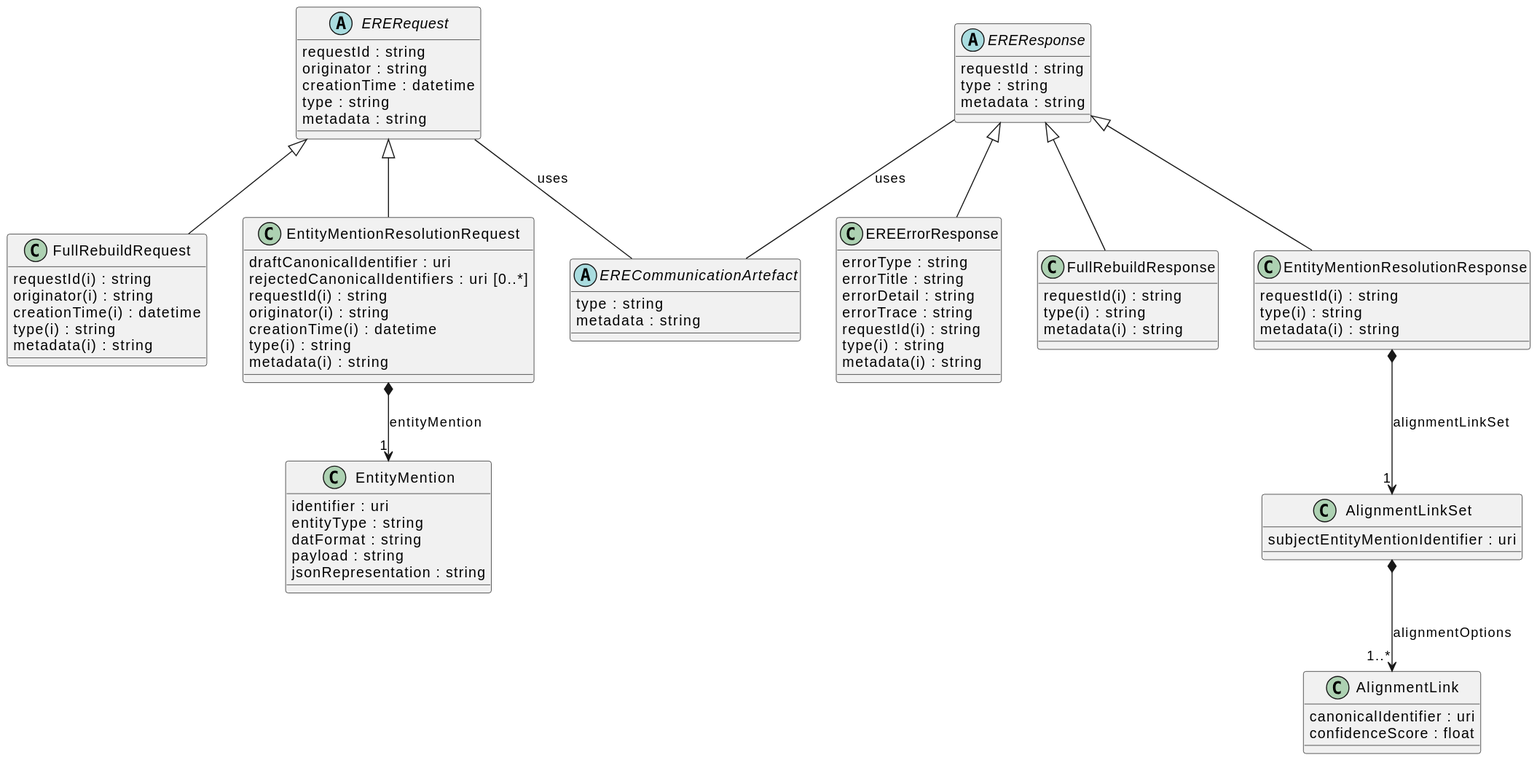
OP-TED/entity-resolution-spec keeps this PlantUML diagram as docs/schema/ErsServiceDataSchema.svg. Above is the earlier version.
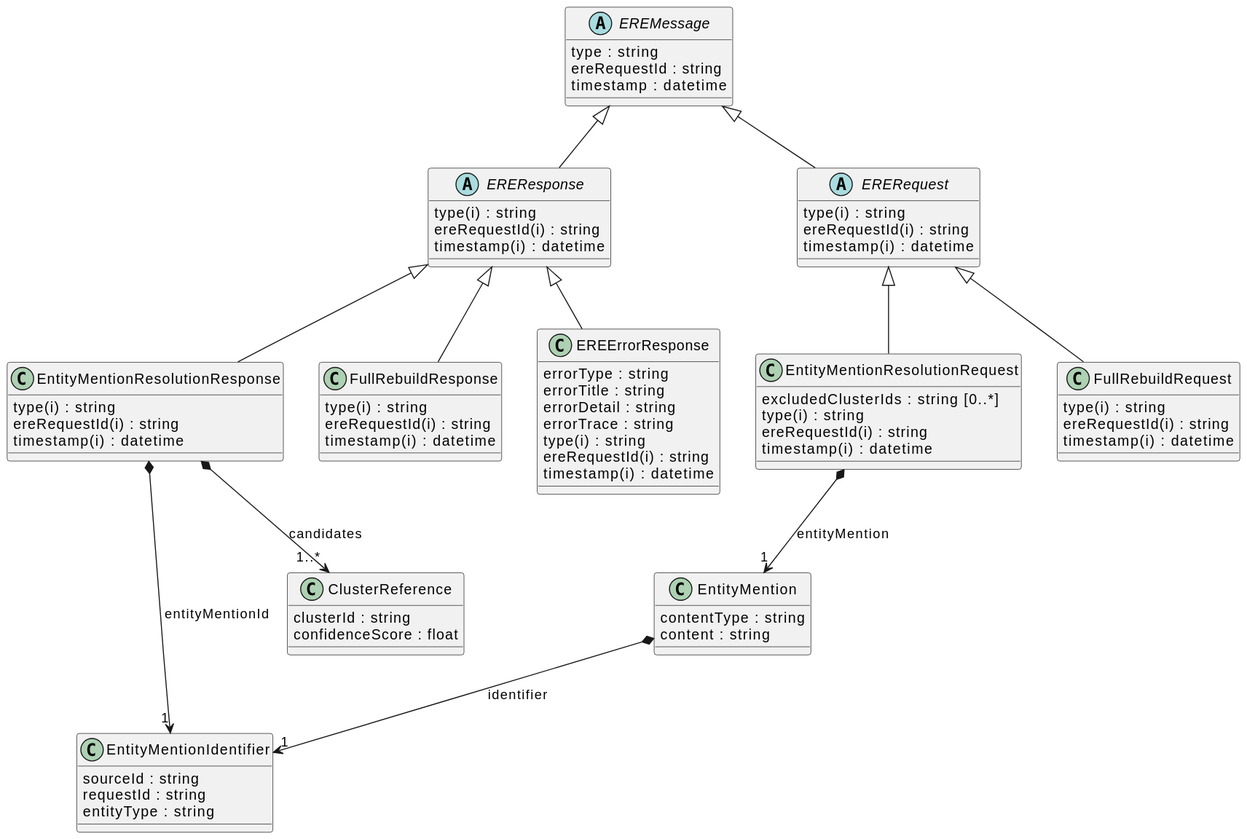
Above is the later version.

What changed in the source:
```diff
@@ -1,77 +1,71 @@
 @startuml
+class "EntityMentionResolutionResponse" [[{An entity resolution response returned by the ERE.}]] {
+    {field} type(i) : string
+    {field} ereRequestId(i) : string
+    {field} timestamp(i) : datetime
+}
+class "EntityMentionIdentifier" [[{A container that groups the attributes needed to identify an entity mention in a resolution request}]] {
+    {field} sourceId : string
+    {field} requestId : string
+    {field} entityType : string
+}
+class "EntityMention" [[{An entity mention is a representation of a real-world entity, as provided by the ERS.}]] {
+    {field} contentType : string
+    {field} content : string
+}
+"EntityMentionResolutionResponse" *--> "1" "EntityMentionIdentifier" : "entityMentionId"
+"EntityMention" *--> "1" "EntityMentionIdentifier" : "identifier"
+class "ClusterReference" [[{A reference to a cluster to which an entity is deemed to belong, with an associated confidence score.}]] {
+    {field} clusterId : string
+    {field} confidenceScore : float
+}
+abstract "EREResponse" [[{Root class to represent all the responses sent by the ERE.}]] {
+    {field} type(i) : string
+    {field} ereRequestId(i) : string
+    {field} timestamp(i) : datetime
+}
+"EntityMentionResolutionResponse" *--> "1..*" "ClusterReference" : "candidates"
+"EREResponse" ^-- "EntityMentionResolutionResponse"
 class "EntityMentionResolutionRequest" [[{An entity resolution request sent to the ERE, containing the entity to be resolved.}]] {
-    {field} draftCanonicalIdentifier : uri
-    {field} rejectedCanonicalIdentifiers : uri  [0..*]
-    {field} requestId(i) : string
-    {field} originator(i) : string
-    {field} creationTime(i) : datetime
+    {field} excludedClusterIds : string  [0..*]
     {field} type(i) : string
-    {field} metadata(i) : string
-}
-class "EntityMention" [[{An entity mention is a representation of a real-world entity in the ERS. It must have }]] {
-    {field} identifier : uri
-    {field} entityType : string
-    {field} datFormat : string
-    {field} payload : string
-    {field} jsonRepresentation : string
+    {field} ereRequestId(i) : string
+    {field} timestamp(i) : datetime
 }
 "EntityMentionResolutionRequest" *--> "1" "EntityMention" : "entityMention"
 abstract "ERERequest" [[{Root class to represent all the requests sent to the ERE.}]] {
-    {field} requestId : string
-    {field} originator : string
-    {field} creationTime : datetime
-    {field} type : string
-    {field} metadata : string
+    {field} type(i) : string
+    {field} ereRequestId(i) : string
+    {field} timestamp(i) : datetime
 }
 "ERERequest" ^-- "EntityMentionResolutionRequest"
-abstract "EREResponse" [[{Root class to represent all the responses sent by the ERE.}]] {
-    {field} requestId : string
-    {field} type : string
-    {field} metadata : string
-}
-abstract "ERECommunicationArtefact" [[{Root abstraction to represent attributes common to both requests and results.}]] {
-    {field} type : string
-    {field} metadata : string
-}
 class "FullRebuildResponse" [[{A response to a `FullRebuildRequest`, confirming that the rebuild process has started.}]] {
-    {field} requestId(i) : string
     {field} type(i) : string
-    {field} metadata(i) : string
-}
-class "EntityMentionResolutionResponse" [[{An entity resolution response sent by the ERE.}]] {
-    {field} requestId(i) : string
-    {field} type(i) : string
-    {field} metadata(i) : string
+    {field} ereRequestId(i) : string
+    {field} timestamp(i) : datetime
 }
 class "EREErrorResponse" [[{Response sent by the ERE when some error/exception occurs while processing a request.}]] {
     {field} errorType : string
     {field} errorTitle : string
     {field} errorDetail : string
     {field} errorTrace : string
-    {field} requestId(i) : string
     {field} type(i) : string
-    {field} metadata(i) : string
+    {field} ereRequestId(i) : string
+    {field} timestamp(i) : datetime
 }
-"EREResponse" -- "ERECommunicationArtefact"  : uses
+abstract "EREMessage" [[{Root abstraction to represent attributes common to both requests and results.}]] {
+    {field} type : string
+    {field} ereRequestId : string
+    {field} timestamp : datetime
+}
 "EREResponse" ^-- "FullRebuildResponse"
-"EREResponse" ^-- "EntityMentionResolutionResponse"
 "EREResponse" ^-- "EREErrorResponse"
-class "AlignmentLinkSet" [[{A set of alignment links to a referred entity.}]] {
-    {field} subjectEntityMentionIdentifier : uri
+"EREMessage" ^-- "EREResponse"
+class "FullRebuildRequest" [[{A request to reset all the resolutions computed so far and possibly rebuild them as }]] {
+    {field} type(i) : string
+    {field} ereRequestId(i) : string
+    {field} timestamp(i) : datetime
 }
-"EntityMentionResolutionResponse" *--> "1" "AlignmentLinkSet" : "alignmentLinkSet"
-class "FullRebuildRequest" [[{A request to reset all the resolutions computed so far and rebuild them as }]] {
-    {field} requestId(i) : string
-    {field} originator(i) : string
-    {field} creationTime(i) : datetime
-    {field} type(i) : string
-    {field} metadata(i) : string
-}
-"ERERequest" -- "ERECommunicationArtefact"  : uses
 "ERERequest" ^-- "FullRebuildRequest"
-class "AlignmentLink" [[{An alignment link representing a possible equivalence between an entity mention in the}]] {
-    {field} canonicalIdentifier : uri
-    {field} confidenceScore : float
-}
-"AlignmentLinkSet" *--> "1..*" "AlignmentLink" : "alignmentOptions"
+"EREMessage" ^-- "ERERequest"
 @enduml
```
